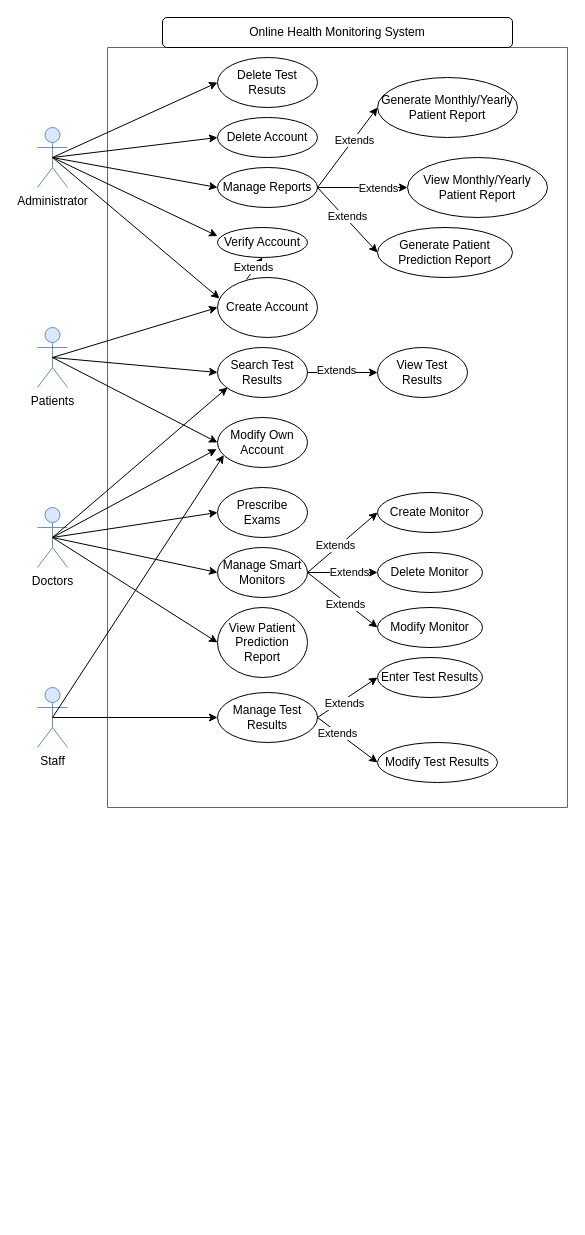
Above: use-case.drawio in IndecentTulip/Online-Health-Monitoring-System (draw.io), before the change. Source tidied: cells renumbered, new cells numbered last; positions are measured from the earlier drawing's top-left corner, leaving out a move shared by most shapes. Both pictures are drawn from the tidied source at 100%, with x=0, y=0 at pixel (37, 17).
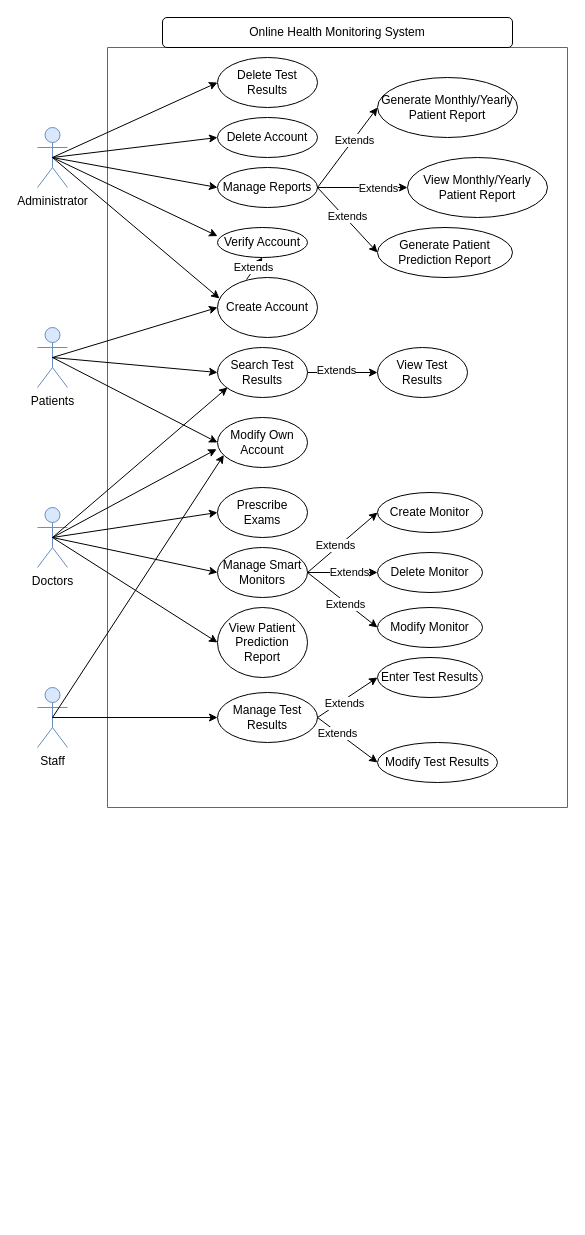
The same page after the edit.

Unchanged cells that the change refers to:
```xml
<mxCell id="6" style="swimlane;startSize=0;fillColor=#f5f5f5;fontColor=#333333;strokeColor=#666666;" parent="1" vertex="1">
  <mxGeometry x="70" y="30" width="460" height="760" as="geometry" />
</mxCell>
```

The edit, as a diff of the source:
```diff
@@
-    <mxCell id="15" value="Delete Test Resuts" style="ellipse;whiteSpace=wrap;html=1;" parent="6" vertex="1">
+    <mxCell id="15" value="Delete Test Results" style="ellipse;whiteSpace=wrap;html=1;" parent="6" vertex="1">
       <mxGeometry x="110" y="10" width="100" height="50" as="geometry" />
     </mxCell>
```
